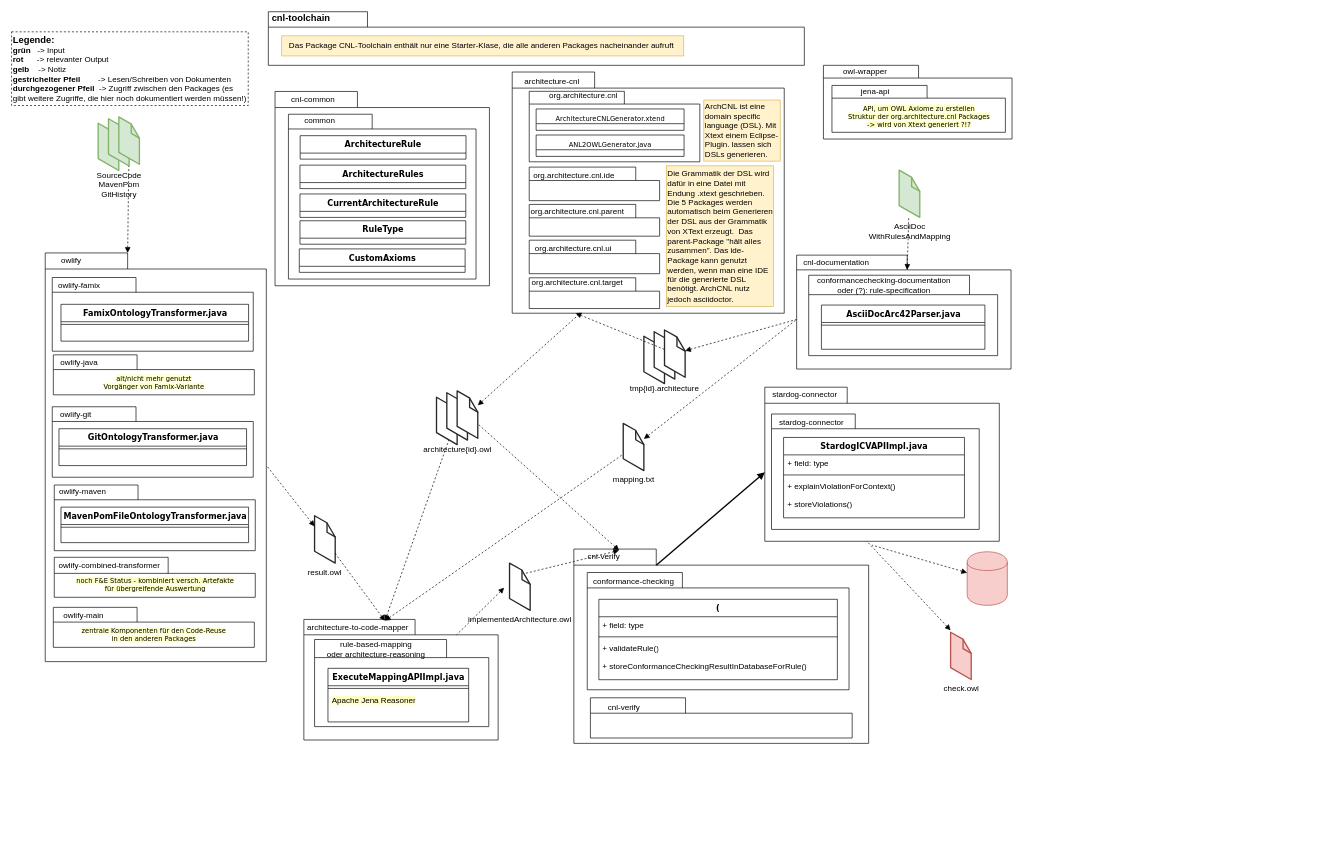
The draw.io diagram ArchCNL- PackageDiagramm.drawio in Mari-Wie/ArchCnlDocumentation, before the edit. Source tidied: cells renumbered, new cells numbered last; positions are measured from the earlier drawing's top-left corner, leaving out a move shared by most shapes. Both pictures are drawn from the tidied source at 67%, with x=0, y=0 at pixel (11, 11).
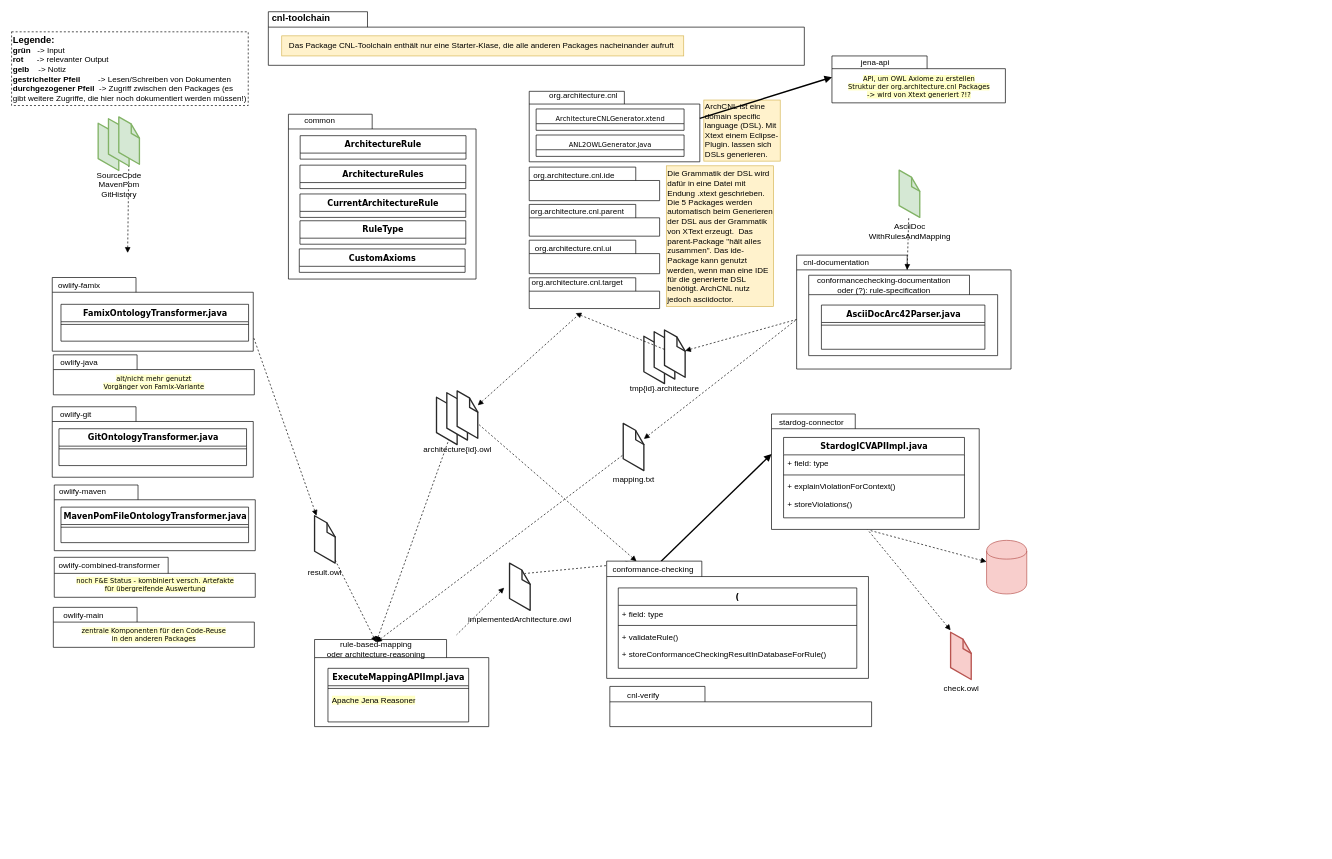
The same diagram, later.

Unchanged cells that the change refers to:
```xml
<mxCell id="7" style="shape=folder;fontStyle=1;spacingTop=10;tabWidth=125;tabHeight=22;tabPosition=left;html=1;rounded=0;shadow=0;comic=0;labelBackgroundColor=none;strokeWidth=1;fontFamily=Verdana;fontSize=10;align=center;" parent="1" vertex="1">
  <mxGeometry x="60.5" y="396.7" width="300" height="110" as="geometry" />
</mxCell>
<mxCell id="11" value="&lt;div&gt;rule-based-mapping &lt;br&gt;&lt;/div&gt;&lt;div&gt;oder architecture-reasoning&lt;br&gt;&lt;/div&gt;" style="text;html=1;strokeColor=none;fillColor=none;align=center;verticalAlign=middle;whiteSpace=wrap;rounded=0;" parent="1" vertex="1">
  <mxGeometry x="452" y="941" width="184" height="20" as="geometry" />
</mxCell>
<mxCell id="15" style="group;" parent="1" vertex="1">
  <mxGeometry x="403" y="119" width="310" height="290" as="geometry" />
</mxCell>
<mxCell id="22" style="group;" parent="1" vertex="1">
  <mxGeometry x="747" y="90" width="416" height="360" as="geometry" />
</mxCell>
<mxCell id="24" style="shape=folder;fontStyle=1;spacingTop=10;tabWidth=142;tabHeight=19;tabPosition=left;html=1;rounded=0;shadow=0;comic=0;labelBackgroundColor=none;strokeWidth=1;fontFamily=Verdana;fontSize=10;align=center;" parent="22" vertex="1">
  <mxGeometry x="25.4" y="28.8" width="254.6" height="105.2" as="geometry" />
</mxCell>
<mxCell id="59" style="shape=cylinder;whiteSpace=wrap;html=1;boundedLbl=1;backgroundOutline=1;fillColor=#f8cecc;strokeColor=#b85450;" parent="47" vertex="1">
  <mxGeometry x="222" y="-71" width="60" height="80" as="geometry" />
</mxCell>
<mxCell id="61" value="mapping.txt" style="verticalLabelPosition=bottom;html=1;verticalAlign=top;strokeWidth=1;align=center;outlineConnect=0;dashed=0;outlineConnect=0;shape=mxgraph.aws3d.file;strokeColor=#292929;" parent="1" vertex="1">
  <mxGeometry x="912.7" y="614.3" width="30.8" height="70.6" as="geometry" />
</mxCell>
<mxCell id="65" style="verticalLabelPosition=bottom;html=1;verticalAlign=top;strokeWidth=1;align=center;outlineConnect=0;dashed=0;outlineConnect=0;shape=mxgraph.aws3d.file;strokeColor=#292929;" parent="62" vertex="1">
  <mxGeometry x="30.8" width="30.8" height="70.6" as="geometry" />
</mxCell>
<mxCell id="68" value="architecture{id}.owl" style="verticalLabelPosition=bottom;html=1;verticalAlign=top;strokeWidth=1;align=center;outlineConnect=0;dashed=0;outlineConnect=0;shape=mxgraph.aws3d.file;strokeColor=#292929;" parent="66" vertex="1">
  <mxGeometry x="15.4" y="2.7" width="30.8" height="70.6" as="geometry" />
</mxCell>
<mxCell id="69" style="verticalLabelPosition=bottom;html=1;verticalAlign=top;strokeWidth=1;align=center;outlineConnect=0;dashed=0;outlineConnect=0;shape=mxgraph.aws3d.file;strokeColor=#292929;" parent="66" vertex="1">
  <mxGeometry x="30.8" width="30.8" height="70.6" as="geometry" />
</mxCell>
<mxCell id="78" value="result.owl" style="verticalLabelPosition=bottom;html=1;verticalAlign=top;strokeWidth=1;align=center;outlineConnect=0;dashed=0;outlineConnect=0;shape=mxgraph.aws3d.file;strokeColor=#292929;" parent="1" vertex="1">
  <mxGeometry x="452" y="752.3" width="30.8" height="70.6" as="geometry" />
</mxCell>
<mxCell id="87" style="shape=folder;fontStyle=1;spacingTop=10;tabWidth=125;tabHeight=22;tabPosition=left;html=1;rounded=0;shadow=0;comic=0;labelBackgroundColor=none;strokeWidth=1;fontFamily=Verdana;fontSize=10;align=center;" parent="1" vertex="1">
  <mxGeometry x="1134" y="600.4" width="310" height="172.3" as="geometry" />
</mxCell>
<mxCell id="124" style="verticalLabelPosition=bottom;html=1;verticalAlign=top;strokeWidth=1;align=center;outlineConnect=0;dashed=0;outlineConnect=0;shape=mxgraph.aws3d.file;strokeColor=#82b366;fillColor=#d5e8d4;" parent="120" vertex="1">
  <mxGeometry x="30.8" width="30.8" height="70.6" as="geometry" />
</mxCell>
```

What changed in the source:
```diff
@@
-    <mxCell id="2" style="shape=folder;fontStyle=1;spacingTop=10;tabWidth=123;tabHeight=24;tabPosition=left;html=1;rounded=0;shadow=0;comic=0;labelBackgroundColor=none;strokeWidth=1;fontFamily=Verdana;fontSize=10;align=center;" parent="1" vertex="1">
-      <mxGeometry x="50" y="360" width="330" height="610" as="geometry" />
-    </mxCell>
@@
-    <mxCell id="8" style="shape=folder;fontStyle=1;spacingTop=10;tabWidth=166;tabHeight=23;tabPosition=left;html=1;rounded=0;shadow=0;comic=0;labelBackgroundColor=none;strokeWidth=1;fontFamily=Verdana;fontSize=10;align=center;" parent="1" vertex="1">
-      <mxGeometry x="436" y="907" width="290" height="180" as="geometry" />
-    </mxCell>
@@
-    <mxCell id="10" value="architecture-to-code-mapper" style="text;html=1;strokeColor=none;fillColor=none;align=center;verticalAlign=middle;whiteSpace=wrap;rounded=0;" parent="1" vertex="1">
-      <mxGeometry x="437" y="909" width="160" height="20" as="geometry" />
-    </mxCell>
@@
-    <mxCell id="16" style="shape=folder;fontStyle=1;spacingTop=10;tabWidth=123;tabHeight=24;tabPosition=left;html=1;rounded=0;shadow=0;comic=0;labelBackgroundColor=none;strokeWidth=1;fontFamily=Verdana;fontSize=10;align=center;" parent="15" vertex="1">
-      <mxGeometry x="-10" width="320" height="290" as="geometry" />
-    </mxCell>
@@
-    <mxCell id="18" value="cnl-common" style="text;html=1;strokeColor=none;fillColor=none;align=center;verticalAlign=middle;whiteSpace=wrap;rounded=0;" parent="15" vertex="1">
-      <mxGeometry y="2" width="93.5" height="20" as="geometry" />
-    </mxCell>
@@
-    <mxCell id="23" style="shape=folder;fontStyle=1;spacingTop=10;tabWidth=123;tabHeight=24;tabPosition=left;html=1;rounded=0;shadow=0;comic=0;labelBackgroundColor=none;strokeWidth=1;fontFamily=Verdana;fontSize=10;align=center;" parent="22" vertex="1">
-      <mxGeometry width="406" height="360" as="geometry" />
-    </mxCell>
@@
-    <mxCell id="27" value="architecture-cnl" style="text;html=1;strokeColor=none;fillColor=none;align=center;verticalAlign=middle;whiteSpace=wrap;rounded=0;" parent="22" vertex="1">
-      <mxGeometry y="2.3" width="118.6" height="23.2" as="geometry" />
-    </mxCell>
@@
-    <mxCell id="39" value="owlify" style="text;html=1;strokeColor=none;fillColor=none;align=center;verticalAlign=middle;whiteSpace=wrap;rounded=0;" parent="1" vertex="1">
-      <mxGeometry x="50" y="360" width="78" height="23" as="geometry" />
-    </mxCell>
@@
     <mxCell id="47" style="group;" parent="1" vertex="1">
-      <mxGeometry x="1204" y="877" width="720" height="370" as="geometry" />
+      <mxGeometry x="1233" y="860" width="720" height="370" as="geometry" />
     </mxCell>
-    <mxCell id="48" style="shape=folder;fontStyle=1;spacingTop=10;tabWidth=123;tabHeight=24;tabPosition=left;html=1;rounded=0;shadow=0;comic=0;labelBackgroundColor=none;strokeWidth=1;fontFamily=Verdana;fontSize=10;align=center;" parent="47" vertex="1">
-      <mxGeometry x="-365" y="-75" width="440" height="290" as="geometry" />
-    </mxCell>
-    <mxCell id="49" style="shape=folder;fontStyle=1;spacingTop=10;tabWidth=142;tabHeight=23;tabPosition=left;html=1;rounded=0;shadow=0;comic=0;labelBackgroundColor=none;strokeWidth=1;fontFamily=Verdana;fontSize=10;align=center;" parent="47" vertex="1">
-      <mxGeometry x="-345" y="-40" width="390.7" height="175" as="geometry" />
-    </mxCell>
-    <mxCell id="50" value="cnl-verify" style="text;html=1;strokeColor=none;fillColor=none;align=center;verticalAlign=middle;whiteSpace=wrap;rounded=0;" parent="47" vertex="1">
-      <mxGeometry x="-365" y="-73" width="90" height="20" as="geometry" />
-    </mxCell>
-    <mxCell id="51" value="conformance-checking" style="text;html=1;strokeColor=none;fillColor=none;align=center;verticalAlign=middle;whiteSpace=wrap;rounded=0;" parent="47" vertex="1">
-      <mxGeometry x="-340.7" y="-37" width="130.7" height="20" as="geometry" />
-    </mxCell>
-    <mxCell id="52" value="(" style="swimlane;html=1;fontStyle=1;align=center;verticalAlign=top;horizontal=1;startSize=26;swimlaneFillColor=#ffffff;rounded=0;shadow=0;comic=0;labelBackgroundColor=none;strokeWidth=1;fillColor=none;fontFamily=Verdana;fontSize=12;" parent="47" vertex="1">
-      <mxGeometry x="-327.7" width="356" height="120" as="geometry" />
-    </mxCell>
-    <mxCell id="53" value="+ field: type" style="text;html=1;strokeColor=none;fillColor=none;align=left;verticalAlign=top;spacingLeft=4;spacingRight=4;whiteSpace=wrap;overflow=hidden;" parent="52" vertex="1">
-      <mxGeometry y="26" width="356" height="26" as="geometry" />
-    </mxCell>
-    <mxCell id="54" style="line;html=1;strokeWidth=1;fillColor=none;align=left;verticalAlign=middle;spacingTop=-1;spacingLeft=3;spacingRight=3;labelPosition=right;" parent="52" vertex="1">
-      <mxGeometry y="52" width="356" height="8" as="geometry" />
-    </mxCell>
-    <mxCell id="55" value="+ validateRule()" style="text;html=1;strokeColor=none;fillColor=none;align=left;verticalAlign=top;spacingLeft=4;spacingRight=4;whiteSpace=wrap;overflow=hidden;" parent="52" vertex="1">
-      <mxGeometry y="60" width="356" height="26" as="geometry" />
-    </mxCell>
-    <mxCell id="56" value="+ storeConformanceCheckingResultInDatabaseForRule()" style="text;html=1;strokeColor=none;fillColor=none;align=left;verticalAlign=top;spacingLeft=4;spacingRight=4;whiteSpace=wrap;overflow=hidden;" parent="52" vertex="1">
-      <mxGeometry y="86" width="356" height="26" as="geometry" />
-    </mxCell>
-    <mxCell id="57" style="shape=folder;fontStyle=1;spacingTop=10;tabWidth=142;tabHeight=23;tabPosition=left;html=1;rounded=0;shadow=0;comic=0;labelBackgroundColor=none;strokeWidth=1;fontFamily=Verdana;fontSize=10;align=center;" parent="47" vertex="1">
-      <mxGeometry x="-340.3" y="147" width="390.7" height="60" as="geometry" />
-    </mxCell>
-    <mxCell id="58" value="cnl-verify" style="text;html=1;strokeColor=none;fillColor=none;align=center;verticalAlign=middle;whiteSpace=wrap;rounded=0;" parent="47" vertex="1">
-      <mxGeometry x="-335" y="151" width="90" height="20" as="geometry" />
-    </mxCell>
@@
-    <mxCell id="86" style="shape=folder;fontStyle=1;spacingTop=10;tabWidth=123;tabHeight=24;tabPosition=left;html=1;rounded=0;shadow=0;comic=0;labelBackgroundColor=none;strokeWidth=1;fontFamily=Verdana;fontSize=10;align=center;" parent="1" vertex="1">
-      <mxGeometry x="1124" y="560.4" width="350" height="230" as="geometry" />
-    </mxCell>
@@
-    <mxCell id="88" value="stardog-connector" style="text;html=1;strokeColor=none;fillColor=none;align=center;verticalAlign=middle;whiteSpace=wrap;rounded=0;" parent="1" vertex="1">
-      <mxGeometry x="1124" y="562.9" width="120" height="16.5" as="geometry" />
-    </mxCell>
@@
-    <mxCell id="98" style="endArrow=none;dashed=1;html=1;startArrow=block;startFill=1;exitX=0.233;exitY=1;exitDx=0;exitDy=0;exitPerimeter=0;" parent="1" edge="1" source="23" target="65">
-      <mxGeometry relative="1" as="geometry" />
+    <mxCell id="98" style="endArrow=none;dashed=1;html=1;startArrow=block;startFill=1;exitX=0.233;exitY=1;exitDx=0;exitDy=0;exitPerimeter=0;" parent="1" edge="1" target="65">
+      <mxGeometry relative="1" as="geometry">
+        <mxPoint x="841.6" y="450" as="sourcePoint" />
+      </mxGeometry>
     </mxCell>
-    <mxCell id="99" style="endArrow=none;dashed=1;html=1;startArrow=block;startFill=1;entryX=0.25;entryY=1;entryDx=0;entryDy=0;entryPerimeter=0;" parent="1" edge="1" source="69" target="23">
-      <mxGeometry relative="1" as="geometry" />
+    <mxCell id="99" style="endArrow=none;dashed=1;html=1;startArrow=block;startFill=1;entryX=0.25;entryY=1;entryDx=0;entryDy=0;entryPerimeter=0;" parent="1" edge="1" source="69">
+      <mxGeometry relative="1" as="geometry">
+        <mxPoint x="848.5" y="450" as="targetPoint" />
+      </mxGeometry>
     </mxCell>
-    <mxCell id="100" style="endArrow=none;dashed=1;html=1;startArrow=block;startFill=1;exitX=0;exitY=0;exitDx=123;exitDy=0;exitPerimeter=0;" parent="1" edge="1" source="2" target="124">
-      <mxGeometry relative="1" as="geometry" />
+    <mxCell id="100" style="endArrow=none;dashed=1;html=1;startArrow=block;startFill=1;exitX=0;exitY=0;exitDx=123;exitDy=0;exitPerimeter=0;" parent="1" edge="1" target="124">
+      <mxGeometry relative="1" as="geometry">
+        <mxPoint x="173" y="360" as="sourcePoint" />
+      </mxGeometry>
     </mxCell>
-    <mxCell id="101" style="endArrow=none;dashed=1;html=1;startArrow=block;startFill=1;entryX=0;entryY=0;entryDx=330;entryDy=317;entryPerimeter=0;" parent="1" edge="1" source="78" target="2">
+    <mxCell id="101" style="endArrow=none;dashed=1;html=1;startArrow=block;startFill=1;entryX=0;entryY=0;entryDx=300;entryDy=88;entryPerimeter=0;" parent="1" edge="1" source="78" target="7">
       <mxGeometry relative="1" as="geometry" />
     </mxCell>
-    <mxCell id="102" style="endArrow=none;dashed=1;html=1;startArrow=block;startFill=1;exitX=0.75;exitY=0;exitDx=0;exitDy=0;" parent="1" edge="1" source="10" target="68">
+    <mxCell id="102" style="endArrow=none;dashed=1;html=1;startArrow=block;startFill=1;exitX=0.5;exitY=0;exitDx=0;exitDy=0;" parent="1" edge="1" source="11" target="68">
       <mxGeometry relative="1" as="geometry" />
     </mxCell>
-    <mxCell id="103" style="endArrow=none;dashed=1;html=1;startArrow=block;startFill=1;exitX=0.75;exitY=0;exitDx=0;exitDy=0;" parent="1" edge="1" source="10" target="78">
+    <mxCell id="103" style="endArrow=none;dashed=1;html=1;startArrow=block;startFill=1;exitX=0.5;exitY=0;exitDx=0;exitDy=0;" parent="1" edge="1" source="11" target="78">
       <mxGeometry relative="1" as="geometry" />
     </mxCell>
-    <mxCell id="104" style="endArrow=none;dashed=1;html=1;startArrow=block;startFill=1;exitX=0.75;exitY=0;exitDx=0;exitDy=0;" parent="1" edge="1" source="10" target="61">
+    <mxCell id="104" style="endArrow=none;dashed=1;html=1;startArrow=block;startFill=1;exitX=0.5;exitY=0;exitDx=0;exitDy=0;" parent="1" edge="1" source="11" target="61">
       <mxGeometry relative="1" as="geometry" />
     </mxCell>
-    <mxCell id="105" style="endArrow=none;dashed=1;html=1;startArrow=block;startFill=1;entryX=0;entryY=0;entryDx=228;entryDy=23;entryPerimeter=0;" parent="1" edge="1" target="8">
+    <mxCell id="105" style="endArrow=none;dashed=1;html=1;startArrow=block;startFill=1;entryX=0;entryY=0;entryDx=228;entryDy=23;entryPerimeter=0;" parent="1" edge="1">
       <mxGeometry relative="1" as="geometry">
         <mxPoint x="735" y="859.7" as="sourcePoint" />
+        <mxPoint x="664" y="930" as="targetPoint" />
       </mxGeometry>
     </mxCell>
-    <mxCell id="106" style="endArrow=none;dashed=1;html=1;startArrow=block;startFill=1;exitX=0.75;exitY=0;exitDx=0;exitDy=0;" parent="1" edge="1" source="50">
+    <mxCell id="106" style="endArrow=none;dashed=1;html=1;startArrow=block;startFill=1;exitX=0.25;exitY=0;exitDx=0;exitDy=0;" parent="1" edge="1" source="51">
       <mxGeometry relative="1" as="geometry">
         <mxPoint x="765.8" y="838.5" as="targetPoint" />
       </mxGeometry>
     </mxCell>
-    <mxCell id="107" style="endArrow=none;dashed=1;html=1;startArrow=block;startFill=1;exitX=0.75;exitY=0;exitDx=0;exitDy=0;" parent="1" edge="1" source="50" target="69">
+    <mxCell id="107" style="endArrow=none;dashed=1;html=1;startArrow=block;startFill=1;exitX=0.114;exitY=0.001;exitDx=0;exitDy=0;exitPerimeter=0;" parent="1" edge="1" source="127" target="69">
       <mxGeometry relative="1" as="geometry" />
     </mxCell>
@@
-    <mxCell id="109" style="endArrow=none;html=1;startArrow=block;startFill=1;strokeWidth=2;entryX=0;entryY=0;entryDx=123;entryDy=24;entryPerimeter=0;exitX=0;exitY=0;exitDx=0;exitDy=127;exitPerimeter=0;" parent="1" edge="1" source="86" target="48">
+    <mxCell id="109" style="endArrow=none;html=1;startArrow=block;startFill=1;strokeWidth=2;entryX=0.208;entryY=0.001;entryDx=0;entryDy=0;entryPerimeter=0;exitX=0;exitY=0;exitDx=0;exitDy=59.57750000000001;exitPerimeter=0;" parent="1" edge="1" source="87" target="127">
       <mxGeometry relative="1" as="geometry" />
     </mxCell>
-    <mxCell id="110" style="endArrow=none;dashed=1;html=1;startArrow=block;startFill=1;entryX=0.434;entryY=0.998;entryDx=0;entryDy=0;entryPerimeter=0;" parent="1" edge="1" target="86">
+    <mxCell id="110" style="endArrow=none;dashed=1;html=1;startArrow=block;startFill=1;entryX=0.463;entryY=1.003;entryDx=0;entryDy=0;entryPerimeter=0;" parent="1" edge="1" target="87">
       <mxGeometry relative="1" as="geometry">
         <mxPoint x="1401.3" y="923.2" as="sourcePoint" />
       </mxGeometry>
     </mxCell>
-    <mxCell id="111" style="endArrow=none;dashed=1;html=1;startArrow=block;startFill=1;entryX=0.457;entryY=1.025;entryDx=0;entryDy=0;entryPerimeter=0;" parent="1" edge="1" source="59" target="86">
+    <mxCell id="111" style="endArrow=none;dashed=1;html=1;startArrow=block;startFill=1;entryX=0.471;entryY=1.007;entryDx=0;entryDy=0;entryPerimeter=0;" parent="1" edge="1" source="59" target="87">
       <mxGeometry relative="1" as="geometry" />
     </mxCell>
@@
-    <mxCell id="116" style="shape=folder;fontStyle=1;spacingTop=10;tabWidth=142;tabHeight=19;tabPosition=left;html=1;rounded=0;shadow=0;comic=0;labelBackgroundColor=none;strokeWidth=1;fontFamily=Verdana;fontSize=10;align=center;" parent="1" vertex="1">
-      <mxGeometry x="1211.5" y="80" width="281.5" height="110" as="geometry" />
-    </mxCell>
     <mxCell id="117" value="&lt;span style=&quot;font-weight: normal ; background-color: rgb(255 , 255 , 196)&quot;&gt;&lt;br&gt;API, um OWL Axiome zu erstellen&lt;br&gt;Struktur der org.architecture.cnl Packages &lt;br&gt;-&amp;gt; wird von Xtext generiert ?!?&lt;/span&gt;" style="shape=folder;fontStyle=1;spacingTop=10;tabWidth=142;tabHeight=19;tabPosition=left;html=1;rounded=0;shadow=0;comic=0;labelBackgroundColor=none;strokeWidth=1;fontFamily=Verdana;fontSize=10;align=center;" parent="1" vertex="1">
-      <mxGeometry x="1224.2" y="110" width="258.9" height="70" as="geometry" />
+      <mxGeometry x="1224.2" y="66" width="258.9" height="70" as="geometry" />
     </mxCell>
-    <mxCell id="118" value="owl-wrapper" style="text;html=1;strokeColor=none;fillColor=none;align=center;verticalAlign=middle;whiteSpace=wrap;rounded=0;" parent="1" vertex="1">
-      <mxGeometry x="1208.5" y="80" width="130" height="20" as="geometry" />
-    </mxCell>
     <mxCell id="119" value="jena-api" style="text;html=1;strokeColor=none;fillColor=none;align=center;verticalAlign=middle;whiteSpace=wrap;rounded=0;" parent="1" vertex="1">
-      <mxGeometry x="1224" y="110" width="130" height="20" as="geometry" />
+      <mxGeometry x="1224" y="66" width="130" height="20" as="geometry" />
     </mxCell>
@@
+    <mxCell id="126" style="endArrow=none;html=1;startArrow=block;startFill=1;strokeWidth=2;exitX=0;exitY=0;exitDx=0;exitDy=31.75;exitPerimeter=0;entryX=0;entryY=0;entryDx=254.62;entryDy=40.54;entryPerimeter=0;" parent="1" edge="1" source="117" target="24">
+      <mxGeometry relative="1" as="geometry" />
+    </mxCell>
+    <mxCell id="127" style="shape=folder;fontStyle=1;spacingTop=10;tabWidth=142;tabHeight=23;tabPosition=left;html=1;rounded=0;shadow=0;comic=0;labelBackgroundColor=none;strokeWidth=1;fontFamily=Verdana;fontSize=10;align=center;" parent="1" vertex="1">
+      <mxGeometry x="888" y="820" width="390.7" height="175" as="geometry" />
+    </mxCell>
+    <mxCell id="51" value="conformance-checking" style="text;html=1;strokeColor=none;fillColor=none;align=center;verticalAlign=middle;whiteSpace=wrap;rounded=0;" parent="1" vertex="1">
+      <mxGeometry x="892.3" y="823" width="130.7" height="20" as="geometry" />
+    </mxCell>
+    <mxCell id="52" value="(" style="swimlane;html=1;fontStyle=1;align=center;verticalAlign=top;horizontal=1;startSize=26;swimlaneFillColor=#ffffff;rounded=0;shadow=0;comic=0;labelBackgroundColor=none;strokeWidth=1;fillColor=none;fontFamily=Verdana;fontSize=12;" parent="1" vertex="1">
+      <mxGeometry x="905.3" y="860" width="356" height="120" as="geometry" />
+    </mxCell>
+    <mxCell id="53" value="+ field: type" style="text;html=1;strokeColor=none;fillColor=none;align=left;verticalAlign=top;spacingLeft=4;spacingRight=4;whiteSpace=wrap;overflow=hidden;" parent="52" vertex="1">
+      <mxGeometry y="26" width="356" height="26" as="geometry" />
+    </mxCell>
+    <mxCell id="54" style="line;html=1;strokeWidth=1;fillColor=none;align=left;verticalAlign=middle;spacingTop=-1;spacingLeft=3;spacingRight=3;labelPosition=right;" parent="52" vertex="1">
+      <mxGeometry y="52" width="356" height="8" as="geometry" />
+    </mxCell>
+    <mxCell id="55" value="+ validateRule()" style="text;html=1;strokeColor=none;fillColor=none;align=left;verticalAlign=top;spacingLeft=4;spacingRight=4;whiteSpace=wrap;overflow=hidden;" parent="52" vertex="1">
+      <mxGeometry y="60" width="356" height="26" as="geometry" />
+    </mxCell>
+    <mxCell id="56" value="+ storeConformanceCheckingResultInDatabaseForRule()" style="text;html=1;strokeColor=none;fillColor=none;align=left;verticalAlign=top;spacingLeft=4;spacingRight=4;whiteSpace=wrap;overflow=hidden;" parent="52" vertex="1">
+      <mxGeometry y="86" width="356" height="26" as="geometry" />
+    </mxCell>
+    <mxCell id="128" style="shape=folder;fontStyle=1;spacingTop=10;tabWidth=142;tabHeight=23;tabPosition=left;html=1;rounded=0;shadow=0;comic=0;labelBackgroundColor=none;strokeWidth=1;fontFamily=Verdana;fontSize=10;align=center;" parent="1" vertex="1">
+      <mxGeometry x="892.7" y="1007" width="390.7" height="60" as="geometry" />
+    </mxCell>
+    <mxCell id="129" value="cnl-verify" style="text;html=1;strokeColor=none;fillColor=none;align=center;verticalAlign=middle;whiteSpace=wrap;rounded=0;" parent="1" vertex="1">
+      <mxGeometry x="898" y="1011" width="90" height="20" as="geometry" />
+    </mxCell>
```
